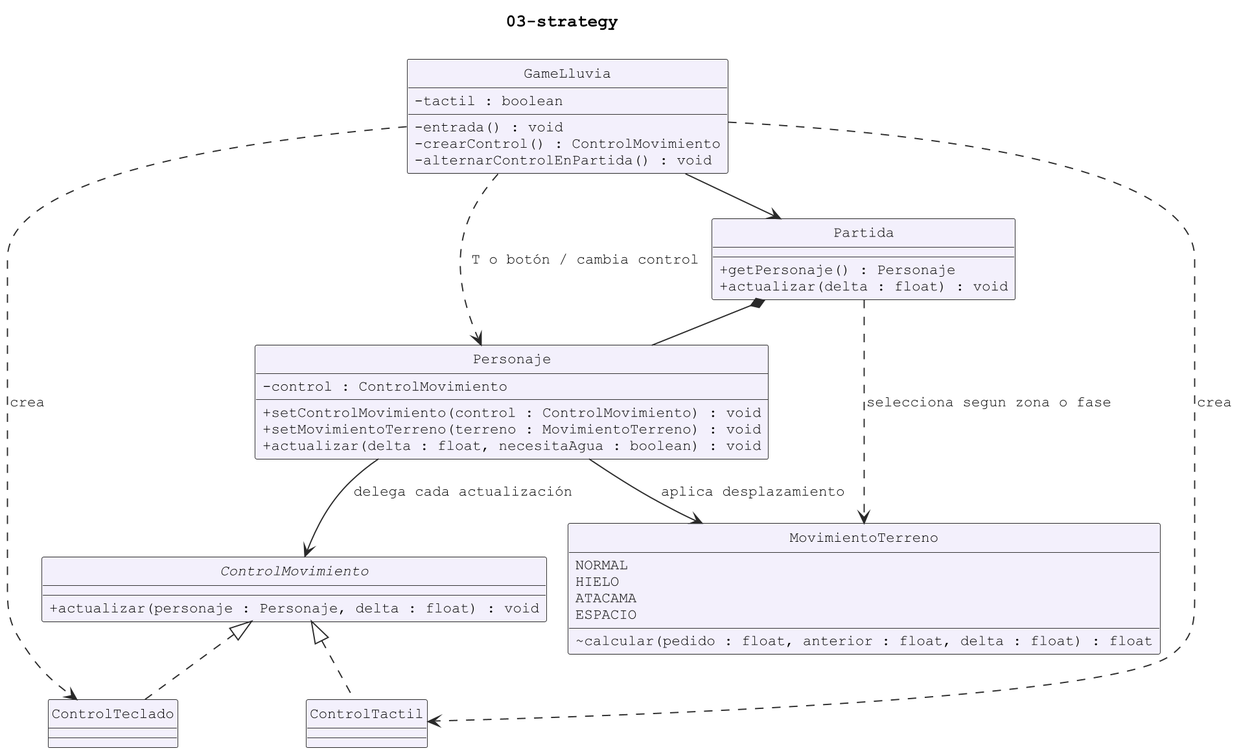
Above: docs/uml/03-strategy.png in maverick1006/Proyecto-Game-LLuvia- (PlantUML), before the change.
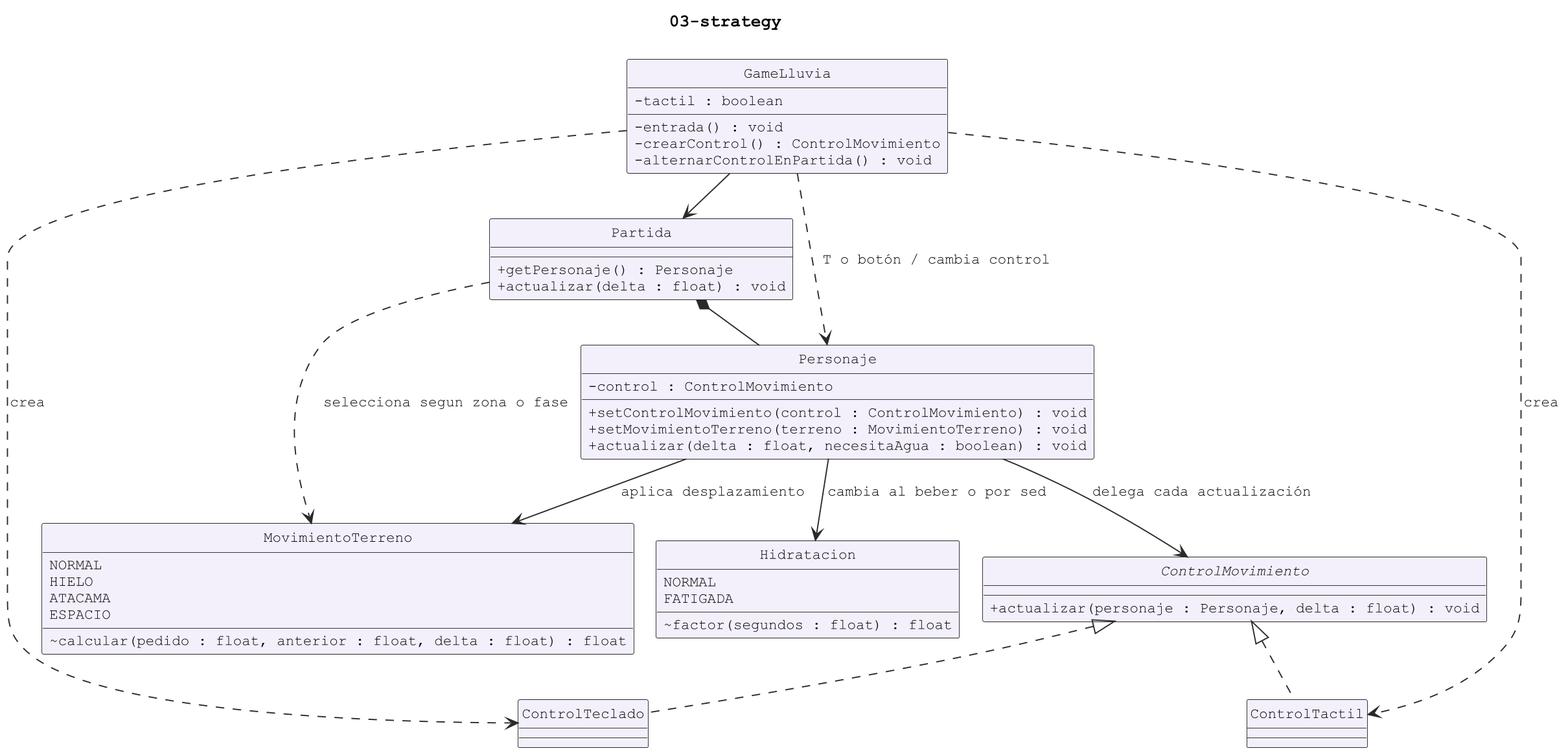
The same diagram one commit later.

What changed in the source:
```diff
@@ -53,4 +53,10 @@
 }
 Personaje --> MovimientoTerreno : aplica desplazamiento
 Partida ..> MovimientoTerreno : selecciona segun zona o fase
+enum Hidratacion {
+ NORMAL
+ FATIGADA
+ ~ factor(segundos : float) : float
+}
+Personaje --> Hidratacion : cambia al beber o por sed
 @enduml
```
